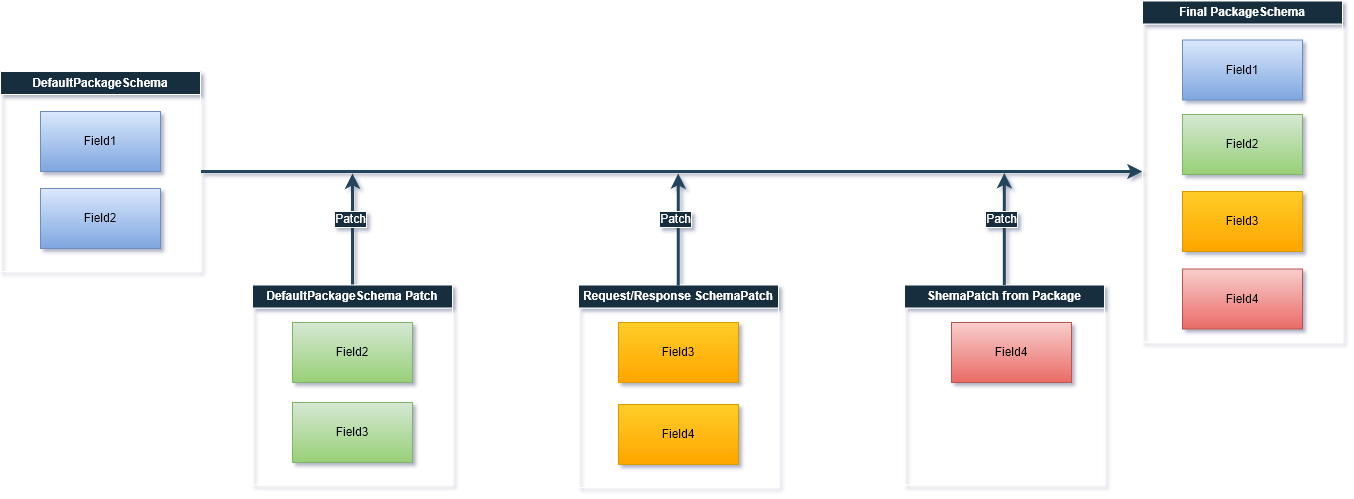
Earlier version of the draw.io export docs/2-essentials/images/package-schema-patch.drawio.png (VasiliyKolihalov/FatNetLib). Source tidied: cells renumbered, new cells last; positions are measured from the earlier drawing's top-left corner, leaving out a move shared by most shapes.
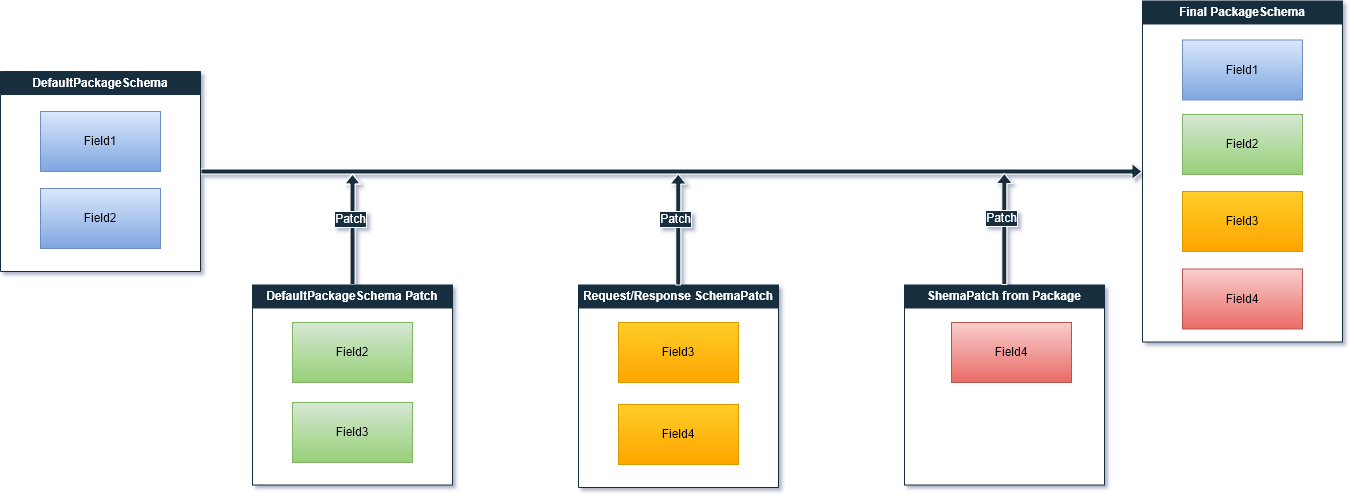
After the commit.

Change to the diagram source:
```diff
@@ -2,10 +2,10 @@
   <root>
     <mxCell id="0" />
     <mxCell id="1" parent="0" />
-    <mxCell id="2" style="edgeStyle=orthogonalEdgeStyle;rounded=0;jettySize=auto;html=1;exitX=1;exitY=0.5;exitDx=0;exitDy=0;entryX=0;entryY=0.5;entryDx=0;entryDy=0;strokeColor=#23445D;fontSize=12;strokeWidth=3;" parent="1" edge="1" source="3" target="11">
+    <mxCell id="2" style="edgeStyle=orthogonalEdgeStyle;rounded=0;jettySize=auto;html=1;exitX=1;exitY=0.5;exitDx=0;exitDy=0;entryX=0;entryY=0.5;entryDx=0;entryDy=0;strokeColor=#FFFFFF;fontSize=12;strokeWidth=1;shape=flexArrow;width=5;fillColor=#182E3E;arcSize=20;endWidth=10;startSize=6;endSize=3;" parent="1" edge="1" source="3" target="11">
       <mxGeometry relative="1" as="geometry" />
     </mxCell>
-    <mxCell id="3" value="DefaultPackageSchema" style="swimlane;whiteSpace=wrap;html=1;swimlaneLine=1;glass=0;shadow=0;rounded=0;labelBackgroundColor=none;fillColor=#182E3E;strokeColor=#FFFFFF;fontColor=#FFFFFF;startSize=23;fontSize=12;" parent="1" vertex="1">
+    <mxCell id="3" value="DefaultPackageSchema" style="swimlane;whiteSpace=wrap;html=1;swimlaneLine=1;glass=0;shadow=0;rounded=0;labelBackgroundColor=none;fillColor=#182E3E;strokeColor=#182E3E;fontColor=#FFFFFF;startSize=23;fontSize=12;gradientColor=none;swimlaneFillColor=default;" parent="1" vertex="1">
       <mxGeometry y="70" width="200" height="200" as="geometry" />
     </mxCell>
     <mxCell id="4" value="Field1" style="rounded=0;whiteSpace=wrap;html=1;labelBackgroundColor=none;fillColor=#dae8fc;strokeColor=#6c8ebf;gradientColor=#7ea6e0;fontSize=12;" parent="3" vertex="1">
@@ -14,13 +14,13 @@
     <mxCell id="5" value="Field2" style="rounded=0;whiteSpace=wrap;html=1;labelBackgroundColor=none;fillColor=#dae8fc;strokeColor=#6c8ebf;gradientColor=#7ea6e0;fontSize=12;" parent="3" vertex="1">
       <mxGeometry x="40" y="117" width="120" height="60" as="geometry" />
     </mxCell>
-    <mxCell id="6" value="ShemaPatch from Package" style="swimlane;whiteSpace=wrap;html=1;swimlaneLine=1;glass=0;shadow=0;rounded=0;labelBackgroundColor=none;fillColor=#182E3E;strokeColor=#FFFFFF;fontColor=#FFFFFF;fontSize=12;" parent="1" vertex="1">
+    <mxCell id="6" value="ShemaPatch from Package" style="swimlane;whiteSpace=wrap;html=1;swimlaneLine=1;glass=0;shadow=0;rounded=0;labelBackgroundColor=none;fillColor=#182E3E;strokeColor=#182E3E;fontColor=#FFFFFF;fontSize=12;swimlaneFillColor=default;" parent="1" vertex="1">
       <mxGeometry x="904" y="283.5" width="200" height="200" as="geometry" />
     </mxCell>
     <mxCell id="7" value="Field4" style="rounded=0;whiteSpace=wrap;html=1;labelBackgroundColor=none;fillColor=#f8cecc;strokeColor=#b85450;gradientColor=#ea6b66;fontSize=12;" parent="6" vertex="1">
       <mxGeometry x="47" y="37.5" width="120" height="60" as="geometry" />
     </mxCell>
-    <mxCell id="8" value="Request/Response SchemaPatch" style="swimlane;whiteSpace=wrap;html=1;swimlaneLine=1;glass=0;shadow=0;rounded=0;labelBackgroundColor=none;fillColor=#182E3E;strokeColor=#FFFFFF;fontColor=#FFFFFF;fontSize=12;" parent="1" vertex="1">
+    <mxCell id="8" value="Request/Response SchemaPatch" style="swimlane;whiteSpace=wrap;html=1;swimlaneLine=1;glass=0;shadow=0;rounded=0;labelBackgroundColor=none;fillColor=#182E3E;strokeColor=#182E3E;fontColor=#FFFFFF;fontSize=12;swimlaneFillColor=default;" parent="1" vertex="1">
       <mxGeometry x="578" y="283.5" width="200" height="202.5" as="geometry" />
     </mxCell>
     <mxCell id="9" value="Field3" style="rounded=0;whiteSpace=wrap;html=1;labelBackgroundColor=none;fillColor=#ffcd28;strokeColor=#d79b00;gradientColor=#ffa500;fontSize=12;" parent="8" vertex="1">
@@ -29,7 +29,7 @@
     <mxCell id="10" value="Field4" style="rounded=0;whiteSpace=wrap;html=1;labelBackgroundColor=none;fillColor=#ffcd28;strokeColor=#d79b00;gradientColor=#ffa500;fontSize=12;" parent="8" vertex="1">
       <mxGeometry x="40" y="119.5" width="120" height="60" as="geometry" />
     </mxCell>
-    <mxCell id="11" value="Final PackageSchema" style="swimlane;whiteSpace=wrap;html=1;swimlaneLine=1;glass=0;shadow=0;rounded=0;labelBackgroundColor=none;fillColor=#182E3E;strokeColor=#FFFFFF;fontColor=#FFFFFF;fontSize=12;" parent="1" vertex="1">
+    <mxCell id="11" value="Final PackageSchema" style="swimlane;whiteSpace=wrap;html=1;swimlaneLine=1;glass=0;shadow=0;rounded=0;labelBackgroundColor=none;fillColor=#182E3E;strokeColor=#182E3E;fontColor=#FFFFFF;fontSize=12;swimlaneFillColor=default;" parent="1" vertex="1">
       <mxGeometry x="1142" y="-0.5" width="200" height="341" as="geometry" />
     </mxCell>
     <mxCell id="12" value="Field1" style="rounded=0;whiteSpace=wrap;html=1;labelBackgroundColor=none;fillColor=#dae8fc;strokeColor=#6c8ebf;gradientColor=#7ea6e0;fontSize=12;" parent="11" vertex="1">
@@ -44,7 +44,7 @@
     <mxCell id="15" value="Field3" style="rounded=0;whiteSpace=wrap;html=1;labelBackgroundColor=none;fillColor=#ffcd28;strokeColor=#d79b00;gradientColor=#ffa500;fontSize=12;" parent="11" vertex="1">
       <mxGeometry x="40" y="190.5" width="120" height="60" as="geometry" />
     </mxCell>
-    <mxCell id="16" style="edgeStyle=orthogonalEdgeStyle;rounded=0;jettySize=auto;html=1;strokeColor=#23445D;fontSize=12;strokeWidth=3;" parent="1" edge="1" source="18">
+    <mxCell id="16" style="edgeStyle=orthogonalEdgeStyle;rounded=0;jettySize=auto;html=1;strokeColor=#FFFFFF;fontSize=12;strokeWidth=1;shape=flexArrow;width=5;fillColor=#182E3E;arcSize=20;endWidth=10;startSize=6;endSize=3;" parent="1" edge="1" source="18">
       <mxGeometry relative="1" as="geometry">
         <mxPoint x="352" y="172" as="targetPoint" />
       </mxGeometry>
@@ -54,7 +54,7 @@
         <mxPoint x="-4" y="-5" as="offset" />
       </mxGeometry>
     </mxCell>
-    <mxCell id="18" value="DefaultPackageSchema Patch" style="swimlane;whiteSpace=wrap;html=1;swimlaneLine=1;glass=0;shadow=0;rounded=0;labelBackgroundColor=none;fillColor=#182E3E;strokeColor=#FFFFFF;fontColor=#FFFFFF;fontSize=12;" parent="1" vertex="1">
+    <mxCell id="18" value="DefaultPackageSchema Patch" style="swimlane;whiteSpace=wrap;html=1;swimlaneLine=1;glass=0;shadow=0;rounded=0;labelBackgroundColor=none;fillColor=#182E3E;strokeColor=#182E3E;fontColor=#FFFFFF;fontSize=12;swimlaneFillColor=default;" parent="1" vertex="1">
       <mxGeometry x="252" y="283.5" width="200" height="200" as="geometry" />
     </mxCell>
     <mxCell id="19" value="Field2" style="rounded=0;whiteSpace=wrap;html=1;labelBackgroundColor=none;fillColor=#d5e8d4;strokeColor=#82b366;gradientColor=#97d077;fontSize=12;" parent="18" vertex="1">
@@ -63,7 +63,7 @@
     <mxCell id="20" value="Field3" style="rounded=0;whiteSpace=wrap;html=1;labelBackgroundColor=none;fillColor=#d5e8d4;strokeColor=#82b366;gradientColor=#97d077;fontSize=12;" parent="18" vertex="1">
       <mxGeometry x="40" y="117.5" width="120" height="60" as="geometry" />
     </mxCell>
-    <mxCell id="21" style="edgeStyle=orthogonalEdgeStyle;rounded=0;orthogonalLoop=1;jettySize=auto;html=1;strokeColor=#23445D;fontSize=12;strokeWidth=3;" parent="1" edge="1">
+    <mxCell id="21" style="edgeStyle=orthogonalEdgeStyle;rounded=0;orthogonalLoop=1;jettySize=auto;html=1;strokeColor=#FFFFFF;fontSize=12;strokeWidth=1;shape=flexArrow;width=5;fillColor=#182E3E;gradientColor=none;arcSize=20;endWidth=10;startSize=6;endSize=3;" parent="1" edge="1">
       <mxGeometry relative="1" as="geometry">
         <mxPoint x="677.8" y="284" as="sourcePoint" />
         <mxPoint x="677.8" y="172" as="targetPoint" />
@@ -74,7 +74,7 @@
         <mxPoint x="-4" y="-5" as="offset" />
       </mxGeometry>
     </mxCell>
-    <mxCell id="23" style="edgeStyle=orthogonalEdgeStyle;rounded=0;orthogonalLoop=1;jettySize=auto;html=1;strokeColor=#23445D;fontSize=12;strokeWidth=3;" parent="1" edge="1">
+    <mxCell id="23" style="edgeStyle=orthogonalEdgeStyle;rounded=0;orthogonalLoop=1;jettySize=auto;html=1;strokeColor=#FFFFFF;fontSize=12;strokeWidth=1;shape=flexArrow;width=5;fillColor=#182E3E;arcSize=20;endWidth=10;startSize=6;endSize=3;" parent="1" edge="1">
       <mxGeometry relative="1" as="geometry">
         <mxPoint x="1003.8" y="283.5" as="sourcePoint" />
         <mxPoint x="1003.8" y="171.5" as="targetPoint" />
```
